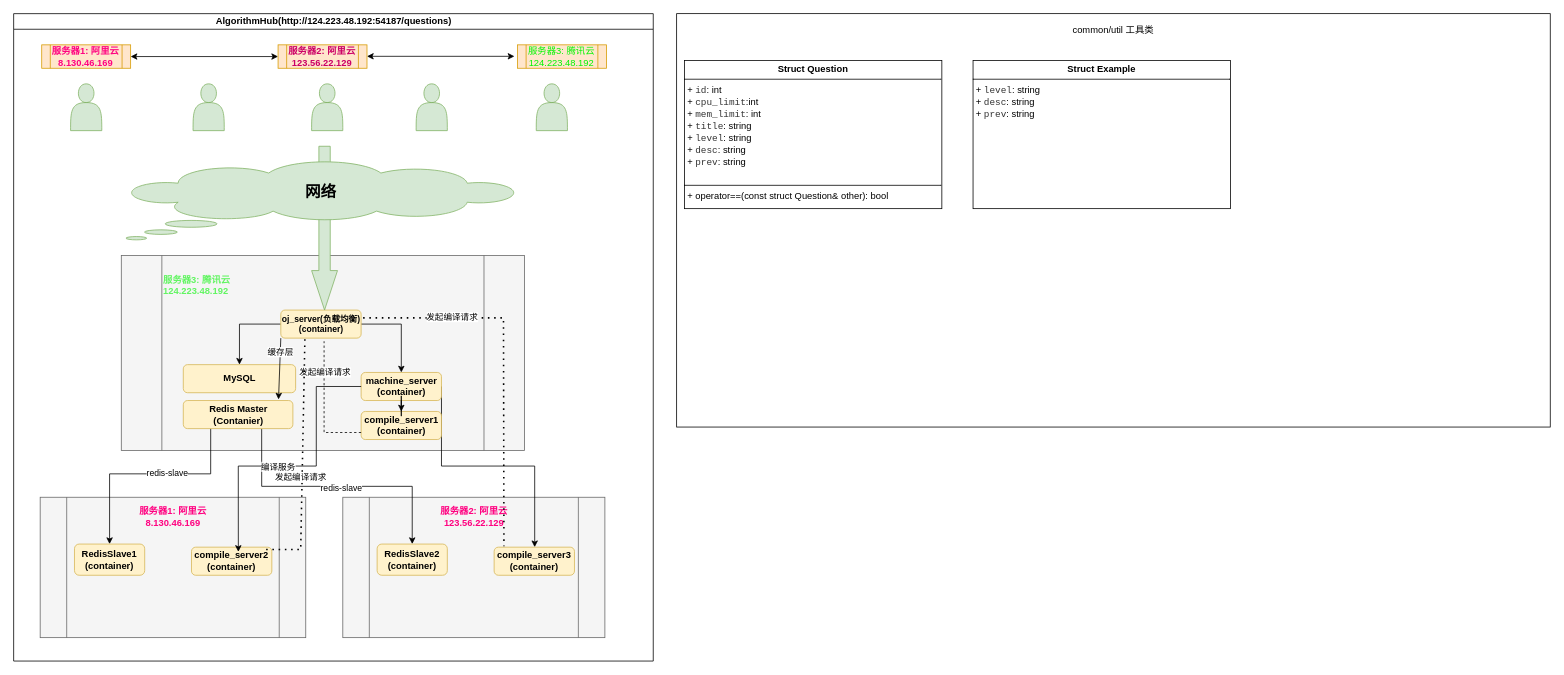
Before: 未命名绘图.drawio in chhelloworld/DrawRepository, a draw.io diagram. Source tidied: cells renumbered, new cells numbered last; positions are measured from the earlier drawing's top-left corner, leaving out a move shared by most shapes. Both pictures are drawn from the tidied source at 78%, with x=0, y=0 at pixel (13, 13).
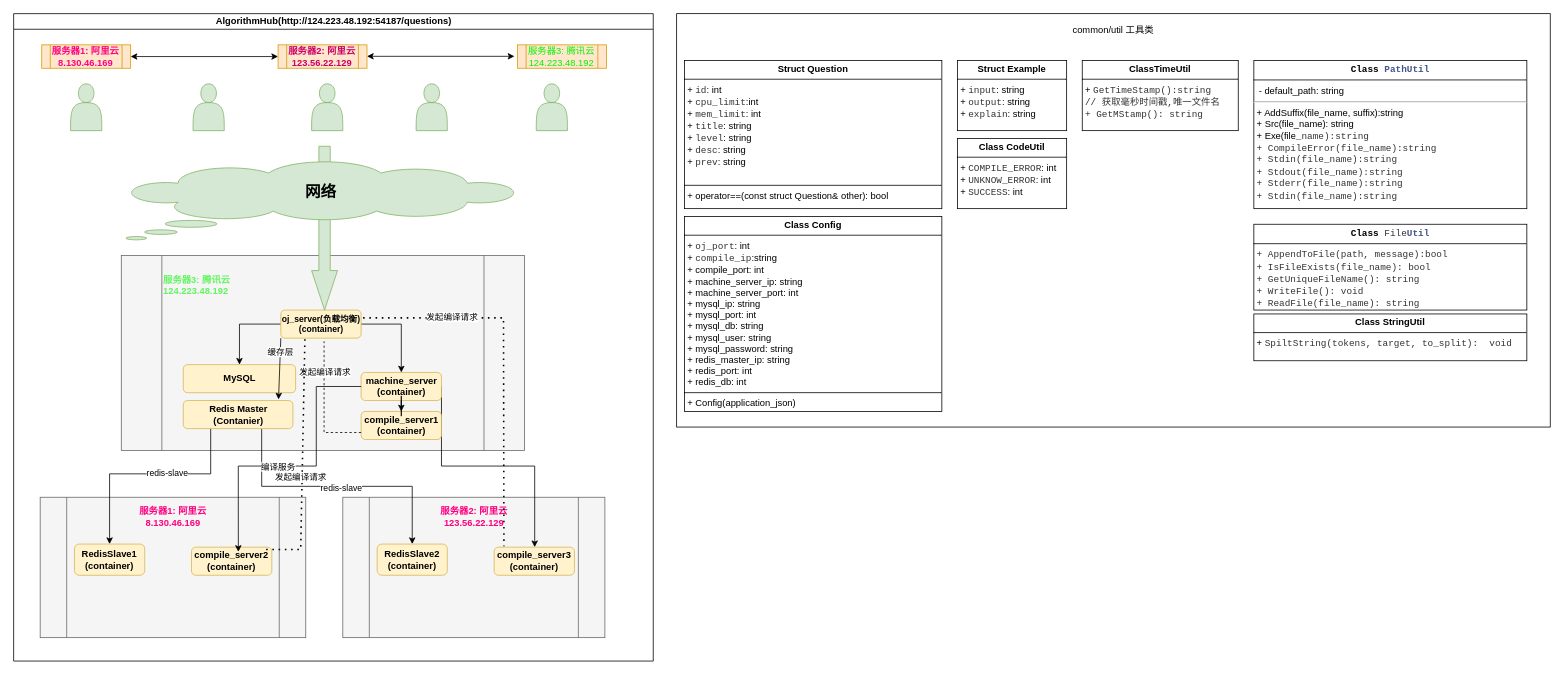
After the change.

Commit message (it also covers changes not shown here):
更新未命名绘图.drawio

Change to the diagram source:
```diff
@@
-    <mxCell id="47" value="&lt;p style=&quot;margin:0px;margin-top:4px;text-align:center;&quot;&gt;&lt;b&gt;Struct&lt;/b&gt;&lt;b style=&quot;background-color: initial;&quot;&gt;&amp;nbsp;Example&lt;/b&gt;&lt;/p&gt;&lt;hr size=&quot;1&quot; style=&quot;border-style:solid;&quot;&gt;&lt;p style=&quot;margin:0px;margin-left:4px;&quot;&gt;&lt;span style=&quot;background-color: initial;&quot;&gt;+&amp;nbsp;&lt;/span&gt;&lt;span style=&quot;color: rgb(51, 51, 51); font-family: consolas, Courier, &amp;quot;MS Courier New&amp;quot;, monospace; white-space: pre; background-color: rgb(255, 255, 255);&quot;&gt;level&lt;/span&gt;&lt;span style=&quot;background-color: initial;&quot;&gt;: string&lt;/span&gt;&lt;br&gt;&lt;/p&gt;&lt;p style=&quot;margin: 0px 0px 0px 4px;&quot;&gt;+&amp;nbsp;&lt;span style=&quot;color: rgb(51, 51, 51); font-family: consolas, Courier, &amp;quot;MS Courier New&amp;quot;, monospace; white-space: pre; background-color: rgb(255, 255, 255);&quot;&gt;desc&lt;/span&gt;: string&lt;/p&gt;&lt;p style=&quot;margin: 0px 0px 0px 4px;&quot;&gt;+&amp;nbsp;&lt;span style=&quot;color: rgb(51, 51, 51); font-family: consolas, Courier, &amp;quot;MS Courier New&amp;quot;, monospace; white-space: pre; background-color: rgb(255, 255, 255);&quot;&gt;prev&lt;/span&gt;: string&lt;/p&gt;&lt;p style=&quot;margin: 0px 0px 0px 4px;&quot;&gt;&lt;br&gt;&lt;/p&gt;" style="verticalAlign=top;align=left;overflow=fill;html=1;whiteSpace=wrap;" parent="1" vertex="1">
-      <mxGeometry x="1230" y="60" width="330" height="190" as="geometry" />
+    <mxCell id="47" value="&lt;p style=&quot;margin:0px;margin-top:4px;text-align:center;&quot;&gt;&lt;b&gt;Struct&lt;/b&gt;&lt;b style=&quot;background-color: initial;&quot;&gt;&amp;nbsp;Example&lt;/b&gt;&lt;/p&gt;&lt;hr size=&quot;1&quot; style=&quot;border-style:solid;&quot;&gt;&lt;p style=&quot;margin:0px;margin-left:4px;&quot;&gt;&lt;span style=&quot;background-color: initial;&quot;&gt;+&amp;nbsp;&lt;/span&gt;&lt;span style=&quot;color: rgb(51, 51, 51); font-family: consolas, Courier, &amp;quot;MS Courier New&amp;quot;, monospace; white-space: pre; background-color: rgb(255, 255, 255);&quot;&gt;input&lt;/span&gt;&lt;span style=&quot;background-color: initial;&quot;&gt;: string&lt;/span&gt;&lt;br&gt;&lt;/p&gt;&lt;p style=&quot;margin: 0px 0px 0px 4px;&quot;&gt;+&amp;nbsp;&lt;span style=&quot;color: rgb(51, 51, 51); font-family: consolas, Courier, &amp;quot;MS Courier New&amp;quot;, monospace; white-space: pre; background-color: rgb(255, 255, 255);&quot;&gt;output&lt;/span&gt;: string&lt;/p&gt;&lt;p style=&quot;margin: 0px 0px 0px 4px;&quot;&gt;+&amp;nbsp;&lt;span style=&quot;color: rgb(51, 51, 51); font-family: consolas, Courier, &amp;quot;MS Courier New&amp;quot;, monospace; white-space: pre; background-color: rgb(255, 255, 255);&quot;&gt;explain&lt;/span&gt;: string&lt;/p&gt;&lt;p style=&quot;margin: 0px 0px 0px 4px;&quot;&gt;&lt;br&gt;&lt;/p&gt;" style="verticalAlign=top;align=left;overflow=fill;html=1;whiteSpace=wrap;" parent="1" vertex="1">
+      <mxGeometry x="1210" y="60" width="140" height="90" as="geometry" />
     </mxCell>
+    <mxCell id="48" value="&lt;p style=&quot;margin:0px;margin-top:4px;text-align:center;&quot;&gt;&lt;b&gt;Class CodeUtil&lt;/b&gt;&lt;/p&gt;&lt;hr size=&quot;1&quot; style=&quot;border-style:solid;&quot;&gt;&lt;p style=&quot;margin:0px;margin-left:4px;&quot;&gt;&lt;span style=&quot;background-color: initial;&quot;&gt;+ &lt;/span&gt;&lt;font face=&quot;consolas, Courier, MS Courier New, monospace&quot; color=&quot;#333333&quot;&gt;&lt;span style=&quot;white-space: pre; background-color: rgb(255, 255, 255);&quot;&gt;COMPILE_ERROR&lt;/span&gt;&lt;/font&gt;&lt;span style=&quot;background-color: initial;&quot;&gt;: int&lt;/span&gt;&lt;br&gt;&lt;/p&gt;&lt;p style=&quot;margin: 0px 0px 0px 4px;&quot;&gt;+&amp;nbsp;&lt;span style=&quot;color: rgb(51, 51, 51); font-family: consolas, Courier, &amp;quot;MS Courier New&amp;quot;, monospace; white-space: pre; background-color: rgb(255, 255, 255);&quot;&gt;UNKNOW_ERROR&lt;/span&gt;: int&lt;/p&gt;&lt;p style=&quot;margin: 0px 0px 0px 4px;&quot;&gt;+&amp;nbsp;&lt;span style=&quot;color: rgb(51, 51, 51); font-family: consolas, Courier, &amp;quot;MS Courier New&amp;quot;, monospace; white-space: pre; background-color: rgb(255, 255, 255);&quot;&gt;SUCCESS&lt;/span&gt;: int&lt;/p&gt;&lt;p style=&quot;margin: 0px 0px 0px 4px;&quot;&gt;&lt;br&gt;&lt;/p&gt;" style="verticalAlign=top;align=left;overflow=fill;html=1;whiteSpace=wrap;" parent="1" vertex="1">
+      <mxGeometry x="1210" y="160" width="140" height="90" as="geometry" />
+    </mxCell>
+    <mxCell id="49" value="&lt;p style=&quot;margin:0px;margin-top:4px;text-align:center;&quot;&gt;&lt;b style=&quot;background-color: initial;&quot;&gt;ClassTimeUtil&lt;/b&gt;&lt;/p&gt;&lt;hr size=&quot;1&quot; style=&quot;border-style:solid;&quot;&gt;&lt;p style=&quot;margin:0px;margin-left:4px;&quot;&gt;&lt;span style=&quot;background-color: initial;&quot;&gt;+ &lt;/span&gt;&lt;font face=&quot;consolas, Courier, MS Courier New, monospace&quot; color=&quot;#333333&quot;&gt;&lt;span style=&quot;white-space: pre; background-color: rgb(255, 255, 255);&quot;&gt;GetTimeStamp():string&lt;/span&gt;&lt;/font&gt;&lt;/p&gt;&lt;p style=&quot;margin:0px;margin-left:4px;&quot;&gt;&lt;font face=&quot;consolas, Courier, MS Courier New, monospace&quot; color=&quot;#333333&quot;&gt;&lt;span style=&quot;white-space: pre; background-color: rgb(255, 255, 255);&quot;&gt;// 获取毫秒时间戳,唯一文件名&lt;/span&gt;&lt;/font&gt;&lt;/p&gt;&lt;p style=&quot;margin:0px;margin-left:4px;&quot;&gt;&lt;font face=&quot;consolas, Courier, MS Courier New, monospace&quot; color=&quot;#333333&quot;&gt;&lt;span style=&quot;white-space: pre; background-color: rgb(255, 255, 255);&quot;&gt;+ GetMStamp(): string &lt;/span&gt;&lt;/font&gt;&lt;/p&gt;" style="verticalAlign=top;align=left;overflow=fill;html=1;whiteSpace=wrap;" parent="1" vertex="1">
+      <mxGeometry x="1370" y="60" width="200" height="90" as="geometry" />
+    </mxCell>
+    <mxCell id="50" value="&lt;p style=&quot;margin:0px;margin-top:4px;text-align:center;&quot;&gt;&lt;span style=&quot;box-sizing: inherit; font-weight: bold; font-family: consolas, Courier, &amp;quot;MS Courier New&amp;quot;, monospace; text-align: left; white-space: pre; background-color: rgb(255, 255, 255);&quot; class=&quot;k&quot;&gt;Class&lt;/span&gt;&lt;span style=&quot;color: rgb(51, 51, 51); font-family: consolas, Courier, &amp;quot;MS Courier New&amp;quot;, monospace; text-align: left; white-space: pre; background-color: rgb(255, 255, 255);&quot;&gt; &lt;/span&gt;&lt;span style=&quot;box-sizing: inherit; color: rgb(68, 85, 136); font-weight: bold; font-family: consolas, Courier, &amp;quot;MS Courier New&amp;quot;, monospace; text-align: left; white-space: pre; background-color: rgb(255, 255, 255);&quot; class=&quot;nc&quot;&gt;PathUtil&lt;/span&gt;&lt;br&gt;&lt;/p&gt;&lt;hr size=&quot;1&quot; style=&quot;border-style:solid;&quot;&gt;&amp;nbsp; - default_path: string&lt;br&gt;&lt;hr&gt;&lt;p style=&quot;margin:0px;margin-left:4px;&quot;&gt;&lt;span style=&quot;background-color: rgb(251, 251, 251);&quot;&gt;+ AddSuffix(file_name, suffix):string&lt;/span&gt;&lt;/p&gt;&lt;p style=&quot;margin:0px;margin-left:4px;&quot;&gt;&lt;span style=&quot;background-color: rgb(251, 251, 251);&quot;&gt;+ Src(file_name): string&lt;/span&gt;&lt;/p&gt;&lt;p style=&quot;margin:0px;margin-left:4px;&quot;&gt;&lt;span style=&quot;background-color: rgb(251, 251, 251);&quot;&gt;+ Exe(file&lt;/span&gt;&lt;font face=&quot;consolas, Courier, MS Courier New, monospace&quot; color=&quot;#333333&quot;&gt;&lt;span style=&quot;white-space: pre; background-color: rgb(255, 255, 255);&quot;&gt;_name):string&lt;/span&gt;&lt;/font&gt;&lt;/p&gt;&lt;p style=&quot;margin:0px;margin-left:4px;&quot;&gt;&lt;font face=&quot;consolas, Courier, MS Courier New, monospace&quot; color=&quot;#333333&quot;&gt;&lt;span style=&quot;white-space: pre; background-color: rgb(255, 255, 255);&quot;&gt;+ CompileError(file_name):string&lt;/span&gt;&lt;/font&gt;&lt;/p&gt;&lt;p style=&quot;margin:0px;margin-left:4px;&quot;&gt;&lt;font face=&quot;consolas, Courier, MS Courier New, monospace&quot; color=&quot;#333333&quot;&gt;&lt;span style=&quot;white-space: pre; background-color: rgb(255, 255, 255);&quot;&gt;+ Stdin(file_name):string&lt;/span&gt;&lt;/font&gt;&lt;/p&gt;&lt;p style=&quot;margin: 0px 0px 0px 4px;&quot;&gt;&lt;font face=&quot;consolas, Courier, MS Courier New, monospace&quot; color=&quot;#333333&quot;&gt;&lt;span style=&quot;white-space: pre; background-color: rgb(255, 255, 255);&quot;&gt;+ Stdout(file_name):string&lt;/span&gt;&lt;/font&gt;&lt;/p&gt;&lt;div&gt;&lt;p style=&quot;margin: 0px 0px 0px 4px;&quot;&gt;&lt;font face=&quot;consolas, Courier, MS Courier New, monospace&quot; color=&quot;#333333&quot;&gt;&lt;span style=&quot;white-space: pre; background-color: rgb(255, 255, 255);&quot;&gt;+ Stderr(file_name):string&lt;/span&gt;&lt;/font&gt;&lt;/p&gt;&lt;/div&gt;&lt;div&gt;&lt;p style=&quot;margin: 0px 0px 0px 4px;&quot;&gt;&lt;font face=&quot;consolas, Courier, MS Courier New, monospace&quot; color=&quot;#333333&quot;&gt;&lt;span style=&quot;white-space: pre; background-color: rgb(255, 255, 255);&quot;&gt;+ Stdin(file_name):string&lt;/span&gt;&lt;/font&gt;&lt;/p&gt;&lt;/div&gt;" style="verticalAlign=top;align=left;overflow=fill;html=1;whiteSpace=wrap;" parent="1" vertex="1">
+      <mxGeometry x="1590" y="60" width="350" height="190" as="geometry" />
+    </mxCell>
+    <mxCell id="51" value="&lt;p style=&quot;margin:0px;margin-top:4px;text-align:center;&quot;&gt;&lt;span style=&quot;box-sizing: inherit; font-weight: bold; font-family: consolas, Courier, &amp;quot;MS Courier New&amp;quot;, monospace; text-align: left; white-space: pre; background-color: rgb(255, 255, 255);&quot; class=&quot;k&quot;&gt;Class&lt;/span&gt;&lt;span style=&quot;color: rgb(51, 51, 51); font-family: consolas, Courier, &amp;quot;MS Courier New&amp;quot;, monospace; text-align: left; white-space: pre; background-color: rgb(255, 255, 255);&quot;&gt; File&lt;/span&gt;&lt;span style=&quot;box-sizing: inherit; color: rgb(68, 85, 136); font-weight: bold; font-family: consolas, Courier, &amp;quot;MS Courier New&amp;quot;, monospace; text-align: left; white-space: pre; background-color: rgb(255, 255, 255);&quot; class=&quot;nc&quot;&gt;Util&lt;/span&gt;&lt;br&gt;&lt;/p&gt;&lt;hr size=&quot;1&quot; style=&quot;border-style:solid;&quot;&gt;&lt;p style=&quot;margin:0px;margin-left:4px;&quot;&gt;&lt;font face=&quot;consolas, Courier, MS Courier New, monospace&quot; color=&quot;#333333&quot;&gt;&lt;span style=&quot;white-space: pre; background-color: rgb(255, 255, 255);&quot;&gt;+ AppendToFile(path, message):bool&lt;/span&gt;&lt;/font&gt;&lt;/p&gt;&lt;p style=&quot;margin:0px;margin-left:4px;&quot;&gt;&lt;font face=&quot;consolas, Courier, MS Courier New, monospace&quot; color=&quot;#333333&quot;&gt;&lt;span style=&quot;white-space: pre; background-color: rgb(255, 255, 255);&quot;&gt;+ IsFileExists(file_name): bool&lt;/span&gt;&lt;/font&gt;&lt;/p&gt;&lt;p style=&quot;margin:0px;margin-left:4px;&quot;&gt;&lt;font face=&quot;consolas, Courier, MS Courier New, monospace&quot; color=&quot;#333333&quot;&gt;&lt;span style=&quot;white-space: pre; background-color: rgb(255, 255, 255);&quot;&gt;+ GetUniqueFileName(): string&lt;/span&gt;&lt;/font&gt;&lt;/p&gt;&lt;p style=&quot;margin:0px;margin-left:4px;&quot;&gt;&lt;font face=&quot;consolas, Courier, MS Courier New, monospace&quot; color=&quot;#333333&quot;&gt;&lt;span style=&quot;white-space: pre; background-color: rgb(255, 255, 255);&quot;&gt;+ WriteFile(): void&lt;/span&gt;&lt;/font&gt;&lt;/p&gt;&lt;p style=&quot;margin:0px;margin-left:4px;&quot;&gt;&lt;font face=&quot;consolas, Courier, MS Courier New, monospace&quot; color=&quot;#333333&quot;&gt;&lt;span style=&quot;white-space: pre; background-color: rgb(255, 255, 255);&quot;&gt;+ ReadFile(file_name): string&lt;/span&gt;&lt;/font&gt;&lt;/p&gt;&lt;p style=&quot;margin:0px;margin-left:4px;&quot;&gt;&lt;br&gt;&lt;/p&gt;" style="verticalAlign=top;align=left;overflow=fill;html=1;whiteSpace=wrap;" parent="1" vertex="1">
+      <mxGeometry x="1590" y="270" width="350" height="110" as="geometry" />
+    </mxCell>
+    <mxCell id="52" value="&lt;p style=&quot;margin:0px;margin-top:4px;text-align:center;&quot;&gt;&lt;b&gt;Class Config&lt;/b&gt;&lt;/p&gt;&lt;hr size=&quot;1&quot; style=&quot;border-style:solid;&quot;&gt;&lt;p style=&quot;margin:0px;margin-left:4px;&quot;&gt;+&amp;nbsp;&lt;span style=&quot;color: rgb(51, 51, 51); font-family: consolas, Courier, &amp;quot;MS Courier New&amp;quot;, monospace; white-space: pre; background-color: rgb(255, 255, 255);&quot;&gt;oj_port&lt;/span&gt;: int&lt;/p&gt;&lt;p style=&quot;margin:0px;margin-left:4px;&quot;&gt;+ &lt;font face=&quot;consolas, Courier, MS Courier New, monospace&quot; color=&quot;#333333&quot;&gt;&lt;span style=&quot;white-space: pre; background-color: rgb(255, 255, 255);&quot;&gt;compile_ip&lt;/span&gt;&lt;/font&gt;:string&lt;/p&gt;&lt;p style=&quot;margin:0px;margin-left:4px;&quot;&gt;+ compile_port: int&lt;/p&gt;&lt;p style=&quot;margin:0px;margin-left:4px;&quot;&gt;+ machine_server_ip: string&lt;/p&gt;&lt;p style=&quot;margin:0px;margin-left:4px;&quot;&gt;+ machine_server_port: int&lt;/p&gt;&lt;p style=&quot;margin:0px;margin-left:4px;&quot;&gt;+ mysql_ip: string&lt;/p&gt;&lt;p style=&quot;margin:0px;margin-left:4px;&quot;&gt;+ mysql_port: int&lt;/p&gt;&lt;p style=&quot;margin:0px;margin-left:4px;&quot;&gt;+ mysql_db: string&lt;/p&gt;&lt;p style=&quot;margin:0px;margin-left:4px;&quot;&gt;+ mysql_user: string&lt;/p&gt;&lt;p style=&quot;margin:0px;margin-left:4px;&quot;&gt;+ mysql_password: string&lt;/p&gt;&lt;p style=&quot;margin:0px;margin-left:4px;&quot;&gt;+ redis_master_ip: string&lt;/p&gt;&lt;p style=&quot;margin:0px;margin-left:4px;&quot;&gt;+ redis_port: int&lt;/p&gt;&lt;p style=&quot;margin:0px;margin-left:4px;&quot;&gt;+ redis_db: int&lt;/p&gt;&lt;hr size=&quot;1&quot; style=&quot;border-style:solid;&quot;&gt;&lt;p style=&quot;margin:0px;margin-left:4px;&quot;&gt;+ Config(application_json)&amp;nbsp;&lt;/p&gt;" style="verticalAlign=top;align=left;overflow=fill;html=1;whiteSpace=wrap;" parent="1" vertex="1">
+      <mxGeometry x="860" y="260" width="330" height="250" as="geometry" />
+    </mxCell>
+    <mxCell id="53" value="&lt;p style=&quot;margin:0px;margin-top:4px;text-align:center;&quot;&gt;&lt;b style=&quot;background-color: initial;&quot;&gt;Class StringUtil&lt;/b&gt;&lt;/p&gt;&lt;hr size=&quot;1&quot; style=&quot;border-style:solid;&quot;&gt;&lt;p style=&quot;margin:0px;margin-left:4px;&quot;&gt;&lt;span style=&quot;background-color: initial;&quot;&gt;+&amp;nbsp;&lt;/span&gt;&lt;font face=&quot;consolas, Courier, MS Courier New, monospace&quot; color=&quot;#333333&quot;&gt;&lt;span style=&quot;white-space: pre; background-color: rgb(255, 255, 255);&quot;&gt;SpiltString(tokens, target, to_split):  void&lt;/span&gt;&lt;/font&gt;&lt;/p&gt;" style="verticalAlign=top;align=left;overflow=fill;html=1;whiteSpace=wrap;" parent="1" vertex="1">
+      <mxGeometry x="1590" y="385" width="350" height="60" as="geometry" />
+    </mxCell>
```
